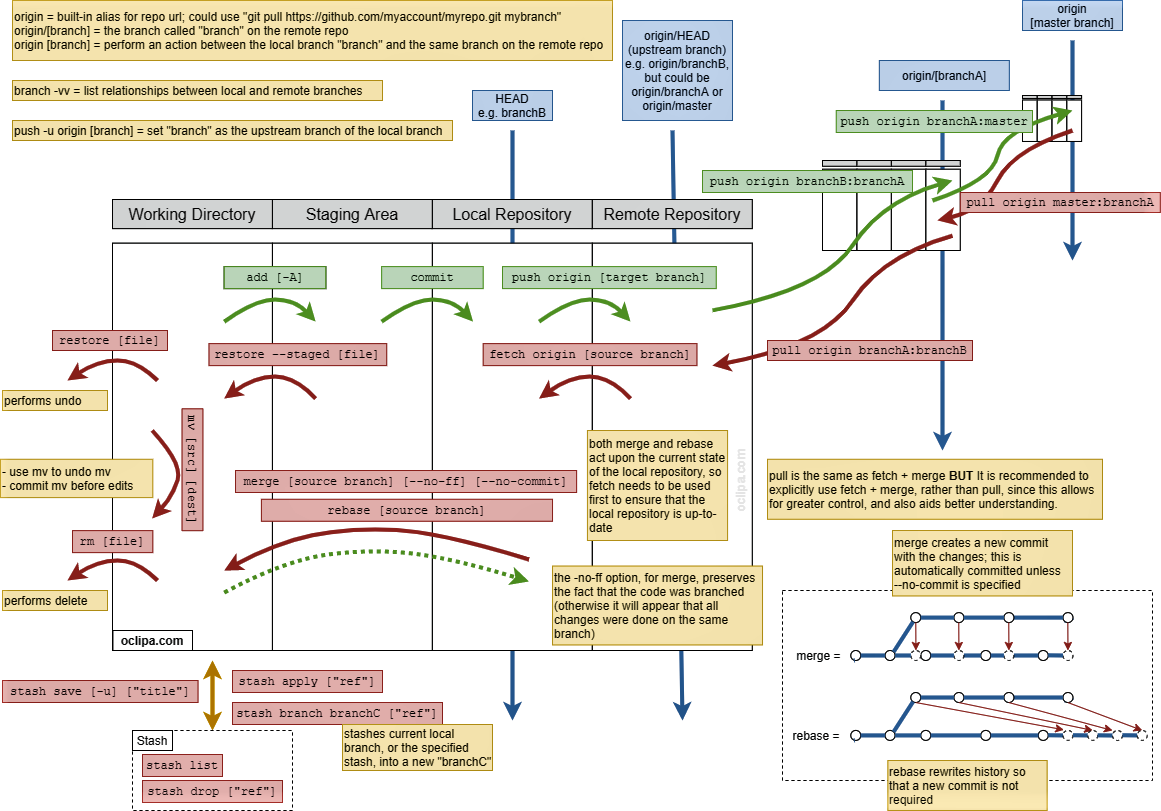
oclipa/git-cheat-sheet keeps this draw.io diagram as assets/images/git.png. Above is the earlier version. Source tidied: cells renumbered, new cells last; positions are measured from the earlier drawing's top-left corner, leaving out a move shared by most shapes.
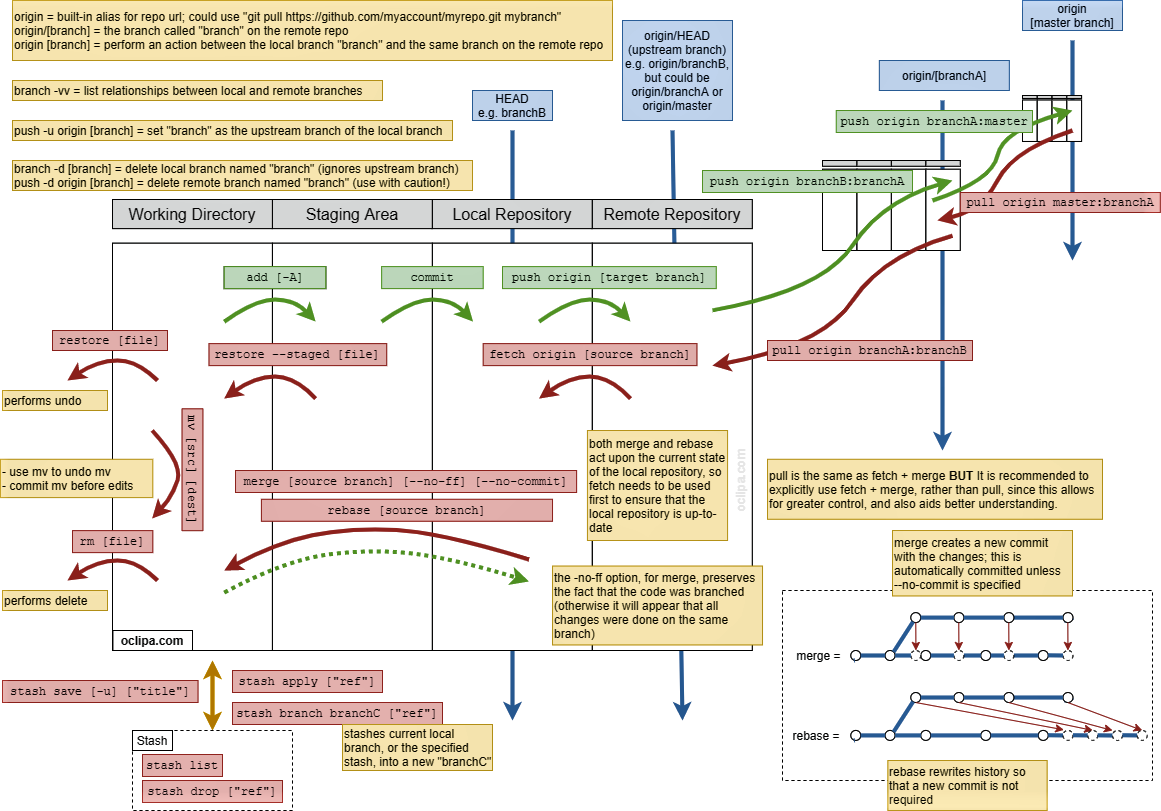
After the change.

What changed in the source:
```diff
@@ -631,5 +631,8 @@
     <mxCell id="158" value="rebase rewrites history so that a new commit is not required" style="text;html=1;align=left;verticalAlign=middle;whiteSpace=wrap;rounded=0;strokeColor=#d6b656;labelBackgroundColor=none;fillColor=#fff2cc;" parent="1" vertex="1">
       <mxGeometry x="887.4" y="760" width="159.3" height="50" as="geometry" />
     </mxCell>
+    <mxCell id="159" value="&lt;font style=&quot;font-size: 12px&quot;&gt;branch -d [branch] = delete local branch named &quot;branch&quot; (ignores upstream branch)&lt;br&gt;push -d origin [branch] = delete remote branch named &quot;branch&quot; (use with caution!)&lt;br&gt;&lt;/font&gt;" style="text;html=1;align=left;verticalAlign=middle;whiteSpace=wrap;rounded=0;strokeColor=#d6b656;fillColor=#fff2cc;" parent="1" vertex="1">
+      <mxGeometry x="12" y="160" width="460" height="30" as="geometry" />
+    </mxCell>
   </root>
 </mxGraphModel>
```
